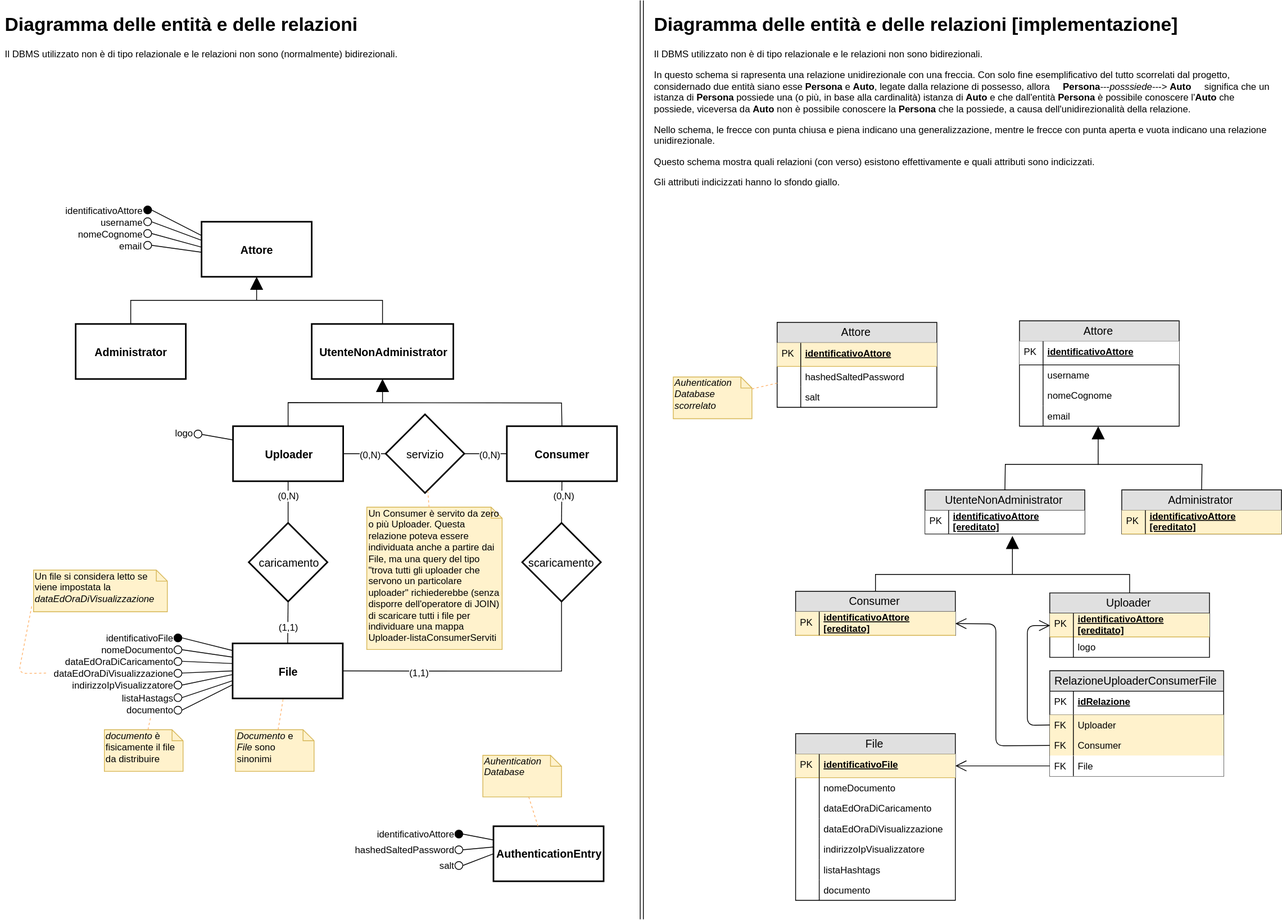
Before: algoritmi schemi e note progettuali/diagramma ER/diagramma_er.svg, a diagram exported from draw.io (matteoferfoglia/progetto-progrweb-2020). Source tidied: cells renumbered, new cells last; positions are measured from the earlier drawing's top-left corner, leaving out a move shared by most shapes.
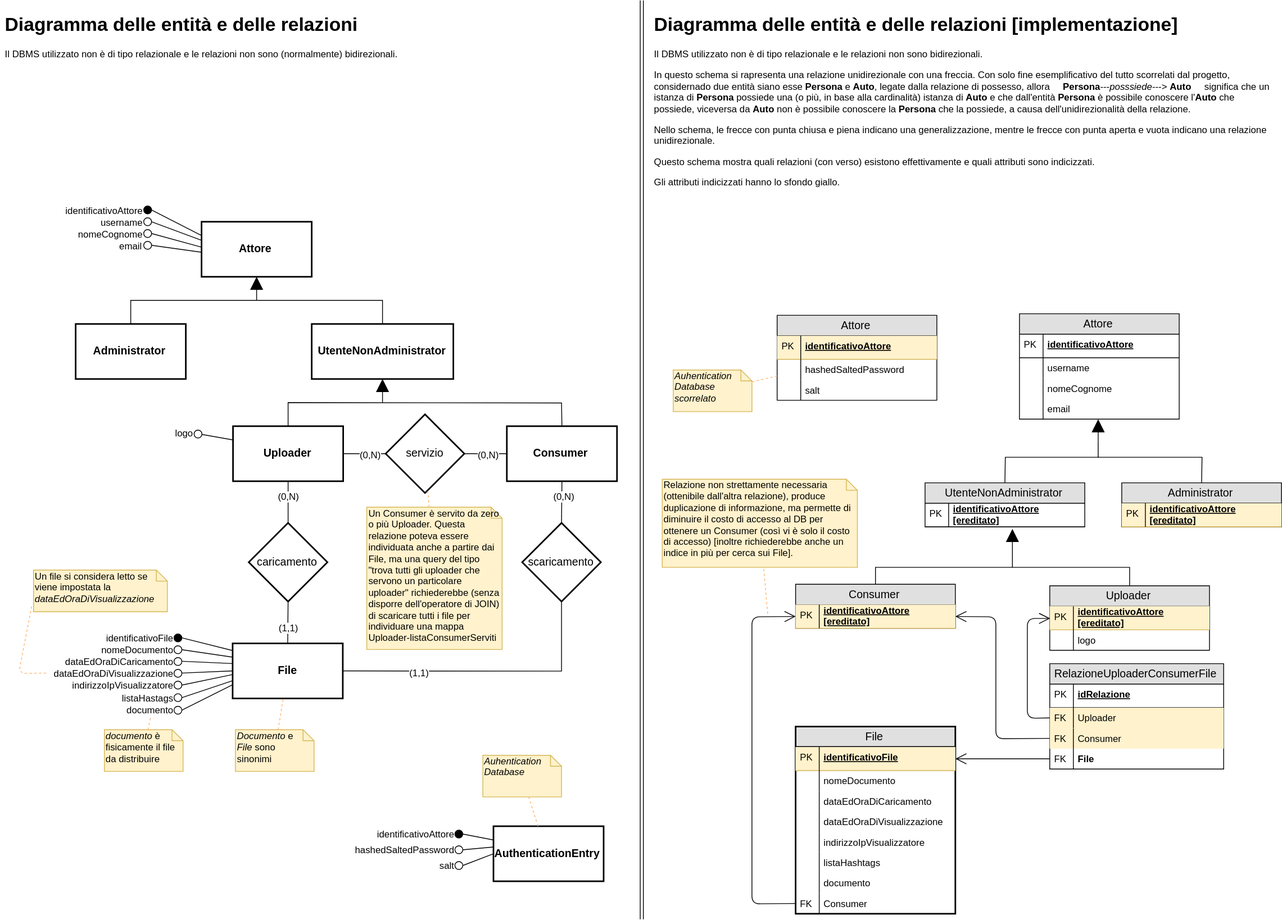
After the commit.

Commit message:
Nei file, ora l'IP del visualizzatore viene salvato come String. Aggiornato lo schema grafico.

What changed in the source:
```diff
@@ -452,10 +452,10 @@
       <mxGeometry relative="1" as="geometry" />
     </mxCell>
     <mxCell id="141" style="group;" parent="1" vertex="1">
-      <mxGeometry x="983" y="540" width="120" height="20" as="geometry" />
+      <mxGeometry x="983" y="531" width="120" height="20" as="geometry" />
     </mxCell>
-    <mxCell id="142" value="File" style="swimlane;fontStyle=0;horizontal=1;startSize=26;fillColor=#e0e0e0;swimlaneFillColor=#ffffff;align=center;fontSize=14;" parent="1" vertex="1">
-      <mxGeometry x="1009.5" y="932.5" width="203" height="212" as="geometry" />
+    <mxCell id="142" value="File" style="swimlane;fontStyle=0;horizontal=1;startSize=26;fillColor=#e0e0e0;swimlaneFillColor=#ffffff;align=center;fontSize=14;strokeWidth=2;" parent="1" vertex="1">
+      <mxGeometry x="1009.5" y="923.5" width="203" height="238" as="geometry" />
     </mxCell>
     <mxCell id="143" value="identificativoFile" style="shape=partialRectangle;top=0;left=0;right=0;bottom=1;align=left;verticalAlign=middle;fillColor=#fff2cc;spacingLeft=34;spacingRight=4;overflow=hidden;points=[[0,0.5],[1,0.5]];portConstraint=eastwest;fontStyle=5;fontSize=12;strokeColor=#d6b656;" parent="142" vertex="1">
       <mxGeometry y="26" width="203" height="30" as="geometry" />
@@ -499,8 +499,14 @@
     <mxCell id="156" style="shape=partialRectangle;top=0;left=0;bottom=0;fillColor=none;align=left;verticalAlign=top;spacingLeft=4;spacingRight=4;overflow=hidden;fontSize=12;" parent="155" vertex="1">
       <mxGeometry width="30" height="26" as="geometry" />
     </mxCell>
+    <mxCell id="208" value="Consumer" style="shape=partialRectangle;top=0;left=0;right=0;bottom=0;align=left;verticalAlign=top;spacingLeft=34;spacingRight=4;overflow=hidden;points=[[0,0.5],[1,0.5]];portConstraint=eastwest;fontSize=12;strokeWidth=2;strokeColor=none;fillColor=none;" parent="142" vertex="1">
+      <mxGeometry y="212" width="203" height="26" as="geometry" />
+    </mxCell>
+    <mxCell id="209" value="FK" style="shape=partialRectangle;top=0;left=0;bottom=0;fillColor=none;align=left;verticalAlign=top;spacingLeft=4;spacingRight=4;overflow=hidden;fontSize=12;" parent="208" vertex="1">
+      <mxGeometry width="30" height="26" as="geometry" />
+    </mxCell>
     <mxCell id="157" value="RelazioneUploaderConsumerFile" style="swimlane;fontStyle=0;horizontal=1;startSize=26;fillColor=#e0e0e0;swimlaneFillColor=#ffffff;align=center;fontSize=14;" parent="1" vertex="1">
-      <mxGeometry x="1332.5" y="852.5" width="221" height="134" as="geometry" />
+      <mxGeometry x="1332.5" y="843.5" width="221" height="134" as="geometry" />
     </mxCell>
     <mxCell id="158" value="idRelazione" style="shape=partialRectangle;top=0;left=0;right=0;bottom=1;align=left;verticalAlign=middle;fillColor=none;spacingLeft=34;spacingRight=4;overflow=hidden;fontStyle=5;fontSize=12;" parent="157" vertex="1">
       <mxGeometry y="26" width="221" height="30" as="geometry" />
@@ -520,7 +526,7 @@
     <mxCell id="163" value="FK" style="shape=partialRectangle;top=0;left=0;bottom=0;fillColor=none;align=left;verticalAlign=top;spacingLeft=4;spacingRight=4;overflow=hidden;fontSize=12;" parent="162" vertex="1">
       <mxGeometry width="30" height="26" as="geometry" />
     </mxCell>
-    <mxCell id="164" value="File" style="shape=partialRectangle;top=0;left=0;right=0;bottom=0;align=left;verticalAlign=top;spacingLeft=34;spacingRight=4;overflow=hidden;points=[[0,0.5],[1,0.5]];portConstraint=eastwest;fontSize=12;" parent="157" vertex="1">
+    <mxCell id="164" value="File" style="shape=partialRectangle;top=0;left=0;right=0;bottom=0;align=left;verticalAlign=top;spacingLeft=34;spacingRight=4;overflow=hidden;points=[[0,0.5],[1,0.5]];portConstraint=eastwest;fontSize=12;fontStyle=1;fillColor=none;" parent="157" vertex="1">
       <mxGeometry y="108" width="221" height="26" as="geometry" />
     </mxCell>
     <mxCell id="165" value="FK" style="shape=partialRectangle;top=0;left=0;bottom=0;fillColor=none;align=left;verticalAlign=top;spacingLeft=4;spacingRight=4;overflow=hidden;fontSize=12;" parent="164" vertex="1">
@@ -530,7 +536,7 @@
       <mxGeometry relative="1" as="geometry" />
     </mxCell>
     <mxCell id="167" value="Uploader" style="swimlane;fontStyle=0;horizontal=1;startSize=26;fillColor=#e0e0e0;swimlaneFillColor=#ffffff;align=center;fontSize=14;" parent="1" vertex="1">
-      <mxGeometry x="1332.5" y="753.5" width="203" height="82" as="geometry" />
+      <mxGeometry x="1332.5" y="744.5" width="203" height="82" as="geometry" />
     </mxCell>
     <mxCell id="168" value="identificativoAttore&#10;[ereditato]" style="shape=partialRectangle;top=0;left=0;right=0;bottom=1;align=left;verticalAlign=middle;spacingLeft=34;spacingRight=4;overflow=hidden;fontStyle=5;fontSize=12;strokeWidth=1;fillColor=#fff2cc;strokeColor=#d6b656;" parent="167" vertex="1">
       <mxGeometry y="26" width="203" height="30" as="geometry" />
@@ -545,7 +551,7 @@
       <mxGeometry width="30" height="26" as="geometry" />
     </mxCell>
     <mxCell id="172" value="Consumer" style="swimlane;fontStyle=0;horizontal=1;startSize=26;fillColor=#e0e0e0;swimlaneFillColor=#ffffff;align=center;fontSize=14;" parent="1" vertex="1">
-      <mxGeometry x="1009.5" y="751.5" width="203" height="56" as="geometry" />
+      <mxGeometry x="1009.5" y="742.5" width="203" height="56" as="geometry" />
     </mxCell>
     <mxCell id="173" value="identificativoAttore&#10;[ereditato]" style="shape=partialRectangle;top=0;left=0;right=0;bottom=1;align=left;verticalAlign=middle;spacingLeft=34;spacingRight=4;overflow=hidden;points=[[0,0.5],[1,0.5]];portConstraint=eastwest;fontStyle=5;fontSize=12;strokeWidth=1;fillColor=#fff2cc;strokeColor=#d6b656;" parent="172" vertex="1">
       <mxGeometry y="26" width="203" height="30" as="geometry" />
@@ -555,32 +561,32 @@
     </mxCell>
     <mxCell id="175" style="endArrow=open;html=1;strokeColor=#000000;endFill=0;endSize=12;exitX=0;exitY=0.5;exitDx=0;exitDy=0;" parent="1" edge="1" source="160">
       <mxGeometry relative="1" as="geometry">
-        <mxPoint x="1333" y="795" as="targetPoint" />
+        <mxPoint x="1333" y="786" as="targetPoint" />
         <Array as="points">
-          <mxPoint x="1304" y="922" />
-          <mxPoint x="1304" y="795" />
+          <mxPoint x="1304" y="913" />
+          <mxPoint x="1304" y="786" />
         </Array>
       </mxGeometry>
     </mxCell>
     <mxCell id="176" style="endArrow=open;html=1;strokeColor=#000000;endFill=0;endSize=12;exitX=0;exitY=0.5;exitDx=0;exitDy=0;entryX=1;entryY=0.5;entryDx=0;entryDy=0;" parent="1" edge="1" source="162" target="173">
       <mxGeometry relative="1" as="geometry">
         <Array as="points">
-          <mxPoint x="1264" y="948" />
-          <mxPoint x="1264" y="793" />
+          <mxPoint x="1264" y="939" />
+          <mxPoint x="1264" y="784" />
         </Array>
       </mxGeometry>
     </mxCell>
     <mxCell id="177" value="UtenteNonAdministrator" style="swimlane;fontStyle=0;horizontal=1;startSize=26;fillColor=#e0e0e0;swimlaneFillColor=#ffffff;align=center;fontSize=14;" parent="1" vertex="1">
-      <mxGeometry x="1174" y="622.5" width="203" height="56" as="geometry" />
+      <mxGeometry x="1174" y="613.5" width="203" height="56" as="geometry" />
     </mxCell>
-    <mxCell id="178" value="identificativoAttore&#10;[ereditato]" style="shape=partialRectangle;top=0;left=0;right=0;bottom=1;align=left;verticalAlign=middle;spacingLeft=34;spacingRight=4;overflow=hidden;points=[[0,0.5],[1,0.5]];portConstraint=eastwest;fontStyle=5;fontSize=12;opacity=50;strokeWidth=1;" parent="177" vertex="1">
+    <mxCell id="178" value="identificativoAttore&#10;[ereditato]" style="shape=partialRectangle;top=0;left=0;right=0;bottom=1;align=left;verticalAlign=middle;spacingLeft=34;spacingRight=4;overflow=hidden;points=[[0,0.5],[1,0.5]];portConstraint=eastwest;fontStyle=5;fontSize=12;opacity=50;strokeWidth=1;fillColor=none;" parent="177" vertex="1">
       <mxGeometry y="26" width="203" height="30" as="geometry" />
     </mxCell>
     <mxCell id="179" value="PK" style="shape=partialRectangle;top=0;left=0;bottom=0;fillColor=none;align=left;verticalAlign=middle;spacingLeft=4;spacingRight=4;overflow=hidden;fontSize=12;" parent="178" vertex="1">
       <mxGeometry width="30" height="30" as="geometry" />
     </mxCell>
     <mxCell id="180" value="Administrator" style="swimlane;fontStyle=0;horizontal=1;startSize=26;fillColor=#e0e0e0;swimlaneFillColor=#ffffff;align=center;fontSize=14;" parent="1" vertex="1">
-      <mxGeometry x="1424" y="622.5" width="203" height="56" as="geometry" />
+      <mxGeometry x="1424" y="613.5" width="203" height="56" as="geometry" />
     </mxCell>
     <mxCell id="181" value="identificativoAttore&#10;[ereditato]" style="shape=partialRectangle;top=0;left=0;right=0;bottom=1;align=left;verticalAlign=middle;spacingLeft=34;spacingRight=4;overflow=hidden;fontStyle=5;fontSize=12;strokeWidth=1;fillColor=#fff2cc;strokeColor=#d6b656;" parent="180" vertex="1">
       <mxGeometry y="26" width="203" height="30" as="geometry" />
@@ -589,7 +595,7 @@
       <mxGeometry width="30" height="30" as="geometry" />
     </mxCell>
     <mxCell id="183" style="group;" parent="1" vertex="1">
-      <mxGeometry x="1111" y="730" width="323" as="geometry" />
+      <mxGeometry x="1111" y="721" width="323" as="geometry" />
     </mxCell>
     <mxCell id="184" style="endArrow=none;html=1;strokeWidth=1;fontStyle=1;strokeColor=#000000;rounded=0;entryX=0.5;entryY=0;entryDx=0;entryDy=0;exitX=0.5;exitY=0;exitDx=0;exitDy=0;" parent="183" edge="1" source="172" target="167">
       <mxGeometry relative="1" as="geometry">
@@ -607,21 +613,21 @@
     <mxCell id="186" style="endArrow=none;html=1;strokeWidth=1;fontStyle=1;strokeColor=#000000;rounded=0;entryX=0.5;entryY=0;entryDx=0;entryDy=0;exitX=0.5;exitY=0;exitDx=0;exitDy=0;" parent="1" edge="1" source="177" target="180">
       <mxGeometry relative="1" as="geometry">
         <Array as="points">
-          <mxPoint x="1276" y="590" />
-          <mxPoint x="1526" y="590" />
+          <mxPoint x="1276" y="581" />
+          <mxPoint x="1526" y="581" />
         </Array>
       </mxGeometry>
     </mxCell>
     <mxCell id="187" style="endArrow=block;html=1;entryX=0.547;entryY=1.089;entryDx=0;entryDy=0;endFill=1;strokeWidth=1;endSize=14;startSize=1;entryPerimeter=0;" parent="1" edge="1">
       <mxGeometry relative="1" as="geometry">
-        <mxPoint x="1394" y="590.5" as="sourcePoint" />
-        <mxPoint x="1394" y="541.7" as="targetPoint" />
+        <mxPoint x="1394" y="581.5" as="sourcePoint" />
+        <mxPoint x="1394" y="532.7" as="targetPoint" />
       </mxGeometry>
     </mxCell>
     <mxCell id="188" value="Attore" style="swimlane;fontStyle=0;horizontal=1;startSize=26;fillColor=#e0e0e0;swimlaneFillColor=#ffffff;align=center;fontSize=14;" parent="1" vertex="1">
-      <mxGeometry x="1294" y="407.5" width="203" height="134" as="geometry" />
+      <mxGeometry x="1294" y="398.5" width="203" height="134" as="geometry" />
     </mxCell>
-    <mxCell id="189" value="identificativoAttore" style="shape=partialRectangle;top=0;left=0;right=0;bottom=1;align=left;verticalAlign=middle;spacingLeft=34;spacingRight=4;overflow=hidden;fontStyle=5;fontSize=12;" parent="188" vertex="1">
+    <mxCell id="189" value="identificativoAttore" style="shape=partialRectangle;top=0;left=0;right=0;bottom=1;align=left;verticalAlign=middle;spacingLeft=34;spacingRight=4;overflow=hidden;fontStyle=5;fontSize=12;fillColor=none;" parent="188" vertex="1">
       <mxGeometry y="26" width="203" height="30" as="geometry" />
     </mxCell>
     <mxCell id="190" value="PK" style="shape=partialRectangle;top=0;left=0;bottom=0;fillColor=none;align=left;verticalAlign=middle;spacingLeft=4;spacingRight=4;overflow=hidden;fontSize=12;" parent="189" vertex="1">
@@ -646,7 +652,7 @@
       <mxGeometry width="30" height="26" as="geometry" />
     </mxCell>
     <mxCell id="197" value="Attore" style="swimlane;fontStyle=0;horizontal=1;startSize=26;fillColor=#e0e0e0;swimlaneFillColor=#ffffff;align=center;fontSize=14;" parent="1" vertex="1">
-      <mxGeometry x="986" y="409.5" width="203" height="108" as="geometry" />
+      <mxGeometry x="986" y="400.5" width="203" height="108" as="geometry" />
     </mxCell>
     <mxCell id="198" value="identificativoAttore" style="shape=partialRectangle;top=0;left=0;right=0;bottom=1;align=left;verticalAlign=middle;fillColor=#fff2cc;spacingLeft=34;spacingRight=4;overflow=hidden;fontStyle=5;fontSize=12;strokeColor=#d6b656;" parent="197" vertex="1">
       <mxGeometry y="26" width="203" height="30" as="geometry" />
@@ -667,7 +673,7 @@
       <mxGeometry width="30" height="26" as="geometry" />
     </mxCell>
     <mxCell id="204" value="&lt;i&gt;Auhentication&lt;br&gt;Database&lt;br&gt;scorrelato&lt;br&gt;&lt;/i&gt;" style="shape=note;whiteSpace=wrap;html=1;size=14;verticalAlign=top;align=left;spacingTop=-6;fillColor=#fff2cc;strokeColor=#d6b656;" parent="1" vertex="1">
-      <mxGeometry x="854" y="479" width="100" height="53" as="geometry" />
+      <mxGeometry x="854" y="470" width="100" height="53" as="geometry" />
     </mxCell>
     <mxCell id="205" style="endArrow=none;dashed=1;html=1;strokeColor=#FFB570;fillColor=#ffcc99;" parent="1" edge="1" source="204" target="197">
       <mxGeometry relative="1" as="geometry" />
@@ -681,5 +687,21 @@
         <mxPoint x="814" as="targetPoint" />
       </mxGeometry>
     </mxCell>
+    <mxCell id="210" style="endArrow=open;html=1;strokeColor=#000000;endFill=0;endSize=12;exitX=0;exitY=0.5;exitDx=0;exitDy=0;entryX=0;entryY=0.5;entryDx=0;entryDy=0;" parent="1" edge="1" source="208" target="173">
+      <mxGeometry relative="1" as="geometry">
+        <Array as="points">
+          <mxPoint x="954" y="1149" />
+          <mxPoint x="954" y="784" />
+        </Array>
+      </mxGeometry>
+    </mxCell>
+    <mxCell id="211" value="Relazione non strettamente necessaria (ottenibile dall'altra relazione), produce duplicazione di informazione, ma permette di diminuire il costo di accesso al DB per ottenere un Consumer (così vi è solo il costo di accesso) [inoltre richiederebbe anche un indice in più per cerca sui File]." style="shape=note;whiteSpace=wrap;html=1;size=14;verticalAlign=top;align=left;spacingTop=-6;fillColor=#fff2cc;strokeColor=#d6b656;" parent="1" vertex="1">
+      <mxGeometry x="840" y="609" width="248" height="112" as="geometry" />
+    </mxCell>
+    <mxCell id="212" style="endArrow=none;dashed=1;html=1;strokeColor=#FFB570;fillColor=#ffcc99;" parent="1" edge="1" target="211">
+      <mxGeometry relative="1" as="geometry">
+        <mxPoint x="974" y="780" as="sourcePoint" />
+      </mxGeometry>
+    </mxCell>
   </root>
 </mxGraphModel>
```
